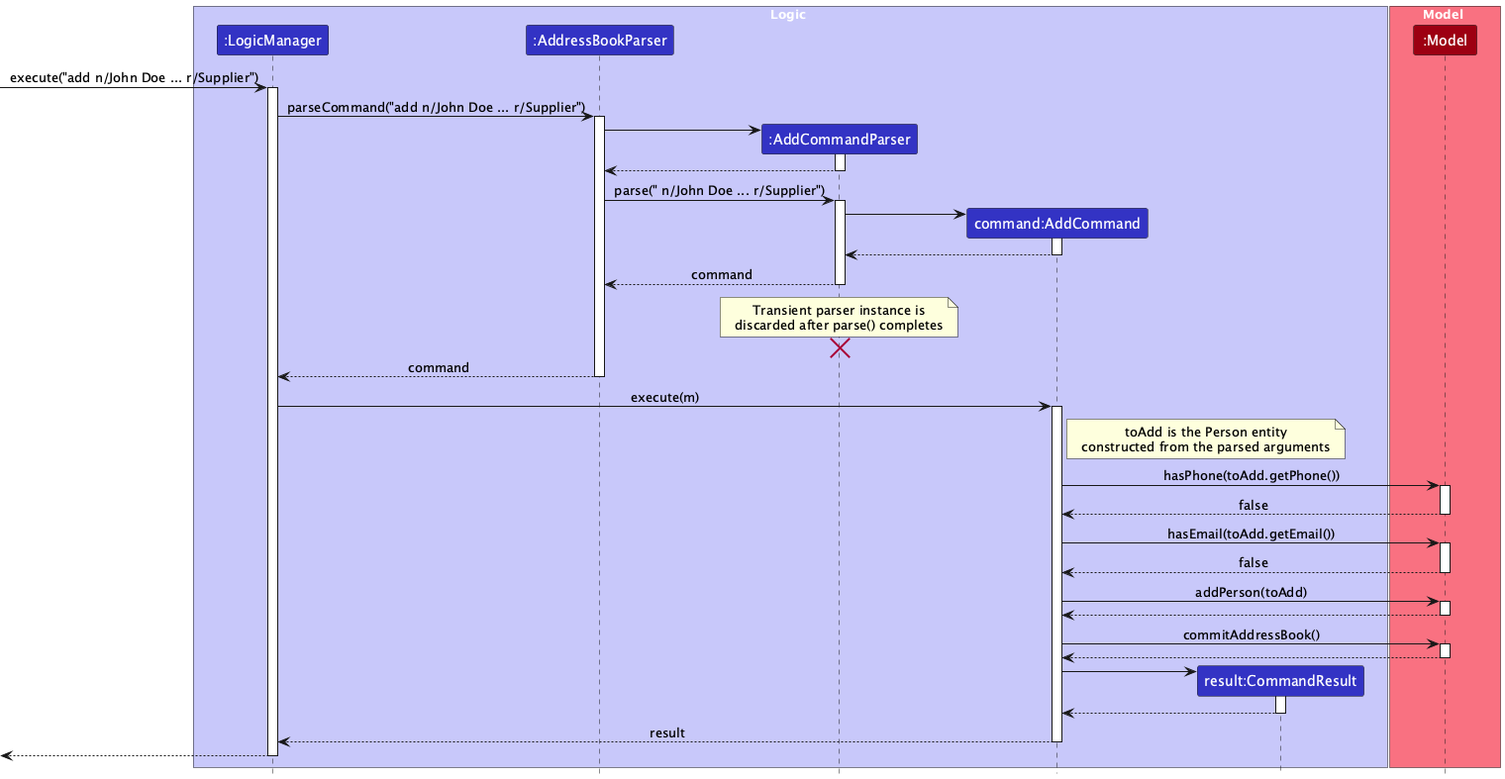
Earlier version of the PlantUML export docs/images/AddSequenceDiagram.png (AY2627S1-CS2103T-F11-1/tp).
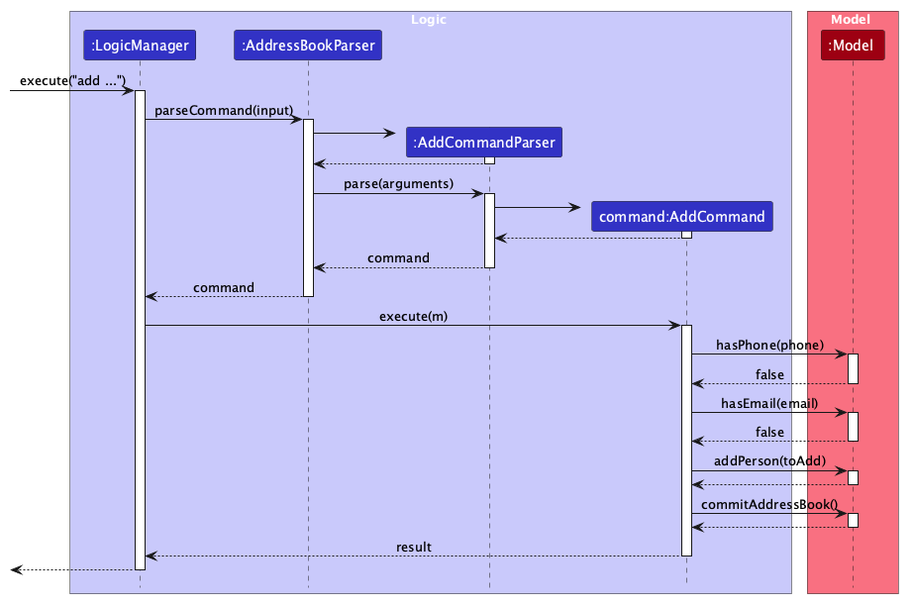
After the change.

Change to the diagram source:
```diff
@@ -7,17 +7,16 @@
 participant ":AddressBookParser" as AddressBookParser LOGIC_COLOR
 participant ":AddCommandParser" as AddCommandParser LOGIC_COLOR
 participant "command:AddCommand" as AddCommand LOGIC_COLOR
-participant "result:CommandResult" as CommandResult LOGIC_COLOR
 end box
 
 box Model MODEL_COLOR_T1
 participant ":Model" as Model MODEL_COLOR
 end box
 
-[-> LogicManager : execute("add n/John Doe ... r/Supplier")
+[-> LogicManager : execute("add ...")
 activate LogicManager
 
-LogicManager -> AddressBookParser : parseCommand("add n/John Doe ... r/Supplier")
+LogicManager -> AddressBookParser : parseCommand(input)
 activate AddressBookParser
 
 create AddCommandParser
@@ -27,7 +26,7 @@
 AddCommandParser --> AddressBookParser
 deactivate AddCommandParser
 
-AddressBookParser -> AddCommandParser : parse(" n/John Doe ... r/Supplier")
+AddressBookParser -> AddCommandParser : parse(arguments)
 activate AddCommandParser
 
 create AddCommand
@@ -40,13 +39,7 @@
 AddCommandParser --> AddressBookParser : command
 deactivate AddCommandParser
 
-note over AddCommandParser
-Transient parser instance is
-discarded after parse() completes
-end note
 
-AddCommandParser -[hidden]-> AddressBookParser
-destroy AddCommandParser
 
 AddressBookParser --> LogicManager : command
 deactivate AddressBookParser
@@ -54,18 +47,14 @@
 LogicManager -> AddCommand : execute(m)
 activate AddCommand
 
-note right of AddCommand
-toAdd is the Person entity
-constructed from the parsed arguments
-end note
 
-AddCommand -> Model : hasPhone(toAdd.getPhone())
+AddCommand -> Model : hasPhone(phone)
 activate Model
 
 Model --> AddCommand : false
 deactivate Model
 
-AddCommand -> Model : hasEmail(toAdd.getEmail())
+AddCommand -> Model : hasEmail(email)
 activate Model
 
 Model --> AddCommand : false
@@ -83,12 +72,6 @@
 Model --> AddCommand
 deactivate Model
 
-create CommandResult
-AddCommand -> CommandResult
-activate CommandResult
-
-CommandResult --> AddCommand
-deactivate CommandResult
 
 AddCommand --> LogicManager : result
 deactivate AddCommand
```
